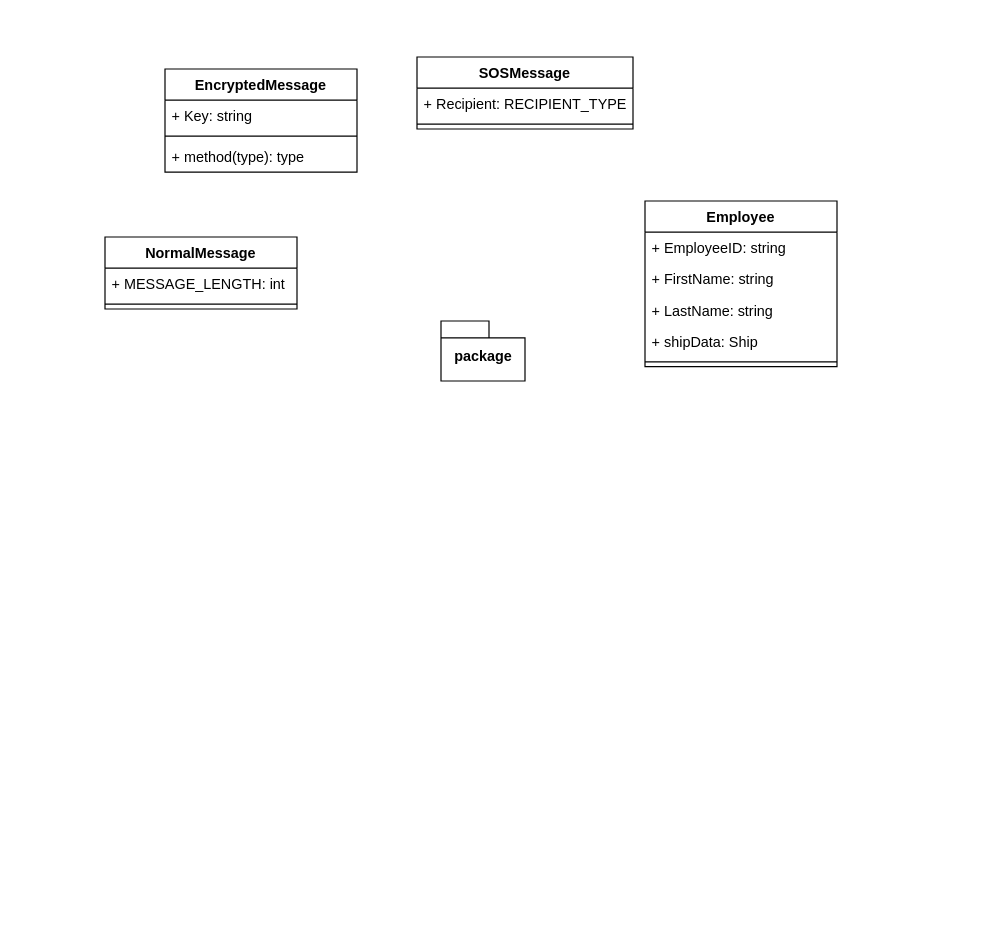
The draw.io diagram docs/UML.drawio in ThaBeanBoy/UJ_CSC2A_P04, before the edit. Source tidied: cells renumbered, new cells numbered last; positions are measured from the earlier drawing's top-left corner, leaving out a move shared by most shapes. Both pictures are drawn from the tidied source at 120%, with x=0, y=0 at pixel (104, 56).
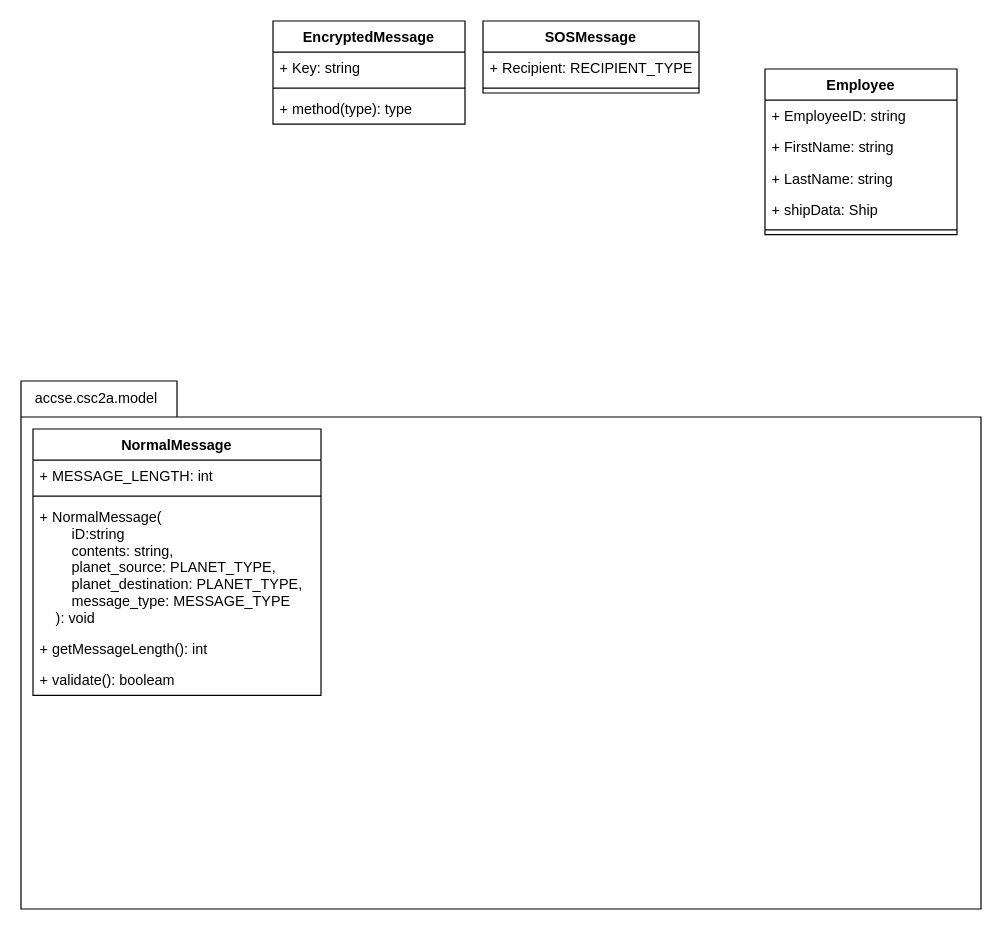
After the change.

Commit message:
Finished UML for NormalMessage

The edit, as a diff of the source:
```diff
@@
-    <mxCell id="2" value="package" style="shape=folder;fontStyle=1;spacingTop=10;tabWidth=40;tabHeight=14;tabPosition=left;html=1;" parent="1" vertex="1">
-      <mxGeometry x="280" y="220" width="70" height="50" as="geometry" />
+    <mxCell id="2" style="shape=folder;fontStyle=1;spacingTop=10;tabWidth=130;tabHeight=30;tabPosition=left;html=1;" parent="1" vertex="1">
+      <mxGeometry x="-70" y="270" width="800" height="440" as="geometry" />
     </mxCell>
     <mxCell id="3" value="SOSMessage" style="swimlane;fontStyle=1;align=center;verticalAlign=top;horizontal=1;startSize=26;" parent="1" vertex="1">
-      <mxGeometry x="260" width="180" height="60" as="geometry" />
+      <mxGeometry x="315" y="-30" width="180" height="60" as="geometry" />
     </mxCell>
@@
     <mxCell id="6" value="EncryptedMessage" style="swimlane;fontStyle=1;align=center;verticalAlign=top;horizontal=1;startSize=26;" parent="1" vertex="1">
-      <mxGeometry x="50" y="10" width="160" height="86" as="geometry" />
+      <mxGeometry x="140" y="-30" width="160" height="86" as="geometry" />
     </mxCell>
@@
     <mxCell id="10" value="NormalMessage" style="swimlane;fontStyle=1;align=center;verticalAlign=top;horizontal=1;startSize=26;" parent="1" vertex="1">
-      <mxGeometry y="150" width="160" height="60" as="geometry" />
+      <mxGeometry x="-60" y="310" width="240" height="222" as="geometry" />
     </mxCell>
     <mxCell id="11" value="+ MESSAGE_LENGTH: int" style="text;strokeColor=none;fillColor=none;align=left;verticalAlign=top;spacingLeft=4;spacingRight=4;overflow=hidden;" parent="10" vertex="1">
-      <mxGeometry y="26" width="160" height="26" as="geometry" />
+      <mxGeometry y="26" width="240" height="26" as="geometry" />
     </mxCell>
     <mxCell id="12" style="line;strokeWidth=1;fillColor=none;align=left;verticalAlign=middle;spacingTop=-1;spacingLeft=3;spacingRight=3;labelPosition=right;" parent="10" vertex="1">
-      <mxGeometry y="52" width="160" height="8" as="geometry" />
+      <mxGeometry y="52" width="240" height="8" as="geometry" />
     </mxCell>
+    <mxCell id="19" value="+ NormalMessage(&#10;        iD:string&#10;        contents: string,&#10;        planet_source: PLANET_TYPE,&#10;        planet_destination: PLANET_TYPE,&#10;        message_type: MESSAGE_TYPE&#10;    ): void" style="text;strokeColor=none;fillColor=none;align=left;verticalAlign=top;spacingLeft=4;spacingRight=4;overflow=hidden;" parent="10" vertex="1">
+      <mxGeometry y="60" width="240" height="110" as="geometry" />
+    </mxCell>
+    <mxCell id="20" value="+ getMessageLength(): int" style="text;strokeColor=none;fillColor=none;align=left;verticalAlign=top;spacingLeft=4;spacingRight=4;overflow=hidden;" parent="10" vertex="1">
+      <mxGeometry y="170" width="240" height="26" as="geometry" />
+    </mxCell>
+    <mxCell id="21" value="+ validate(): booleam" style="text;strokeColor=none;fillColor=none;align=left;verticalAlign=top;spacingLeft=4;spacingRight=4;overflow=hidden;" parent="10" vertex="1">
+      <mxGeometry y="196" width="240" height="26" as="geometry" />
+    </mxCell>
     <mxCell id="13" value="Employee" style="swimlane;fontStyle=1;align=center;verticalAlign=top;horizontal=1;startSize=26;" parent="1" vertex="1">
-      <mxGeometry x="450" y="120" width="160" height="138" as="geometry" />
+      <mxGeometry x="550" y="10" width="160" height="138" as="geometry" />
     </mxCell>
@@
+    <mxCell id="22" value="accse.csc2a.model" style="text;html=1;strokeColor=none;fillColor=none;align=left;verticalAlign=middle;whiteSpace=wrap;rounded=0;" parent="1" vertex="1">
+      <mxGeometry x="-60" y="270" width="70" height="30" as="geometry" />
+    </mxCell>
```
